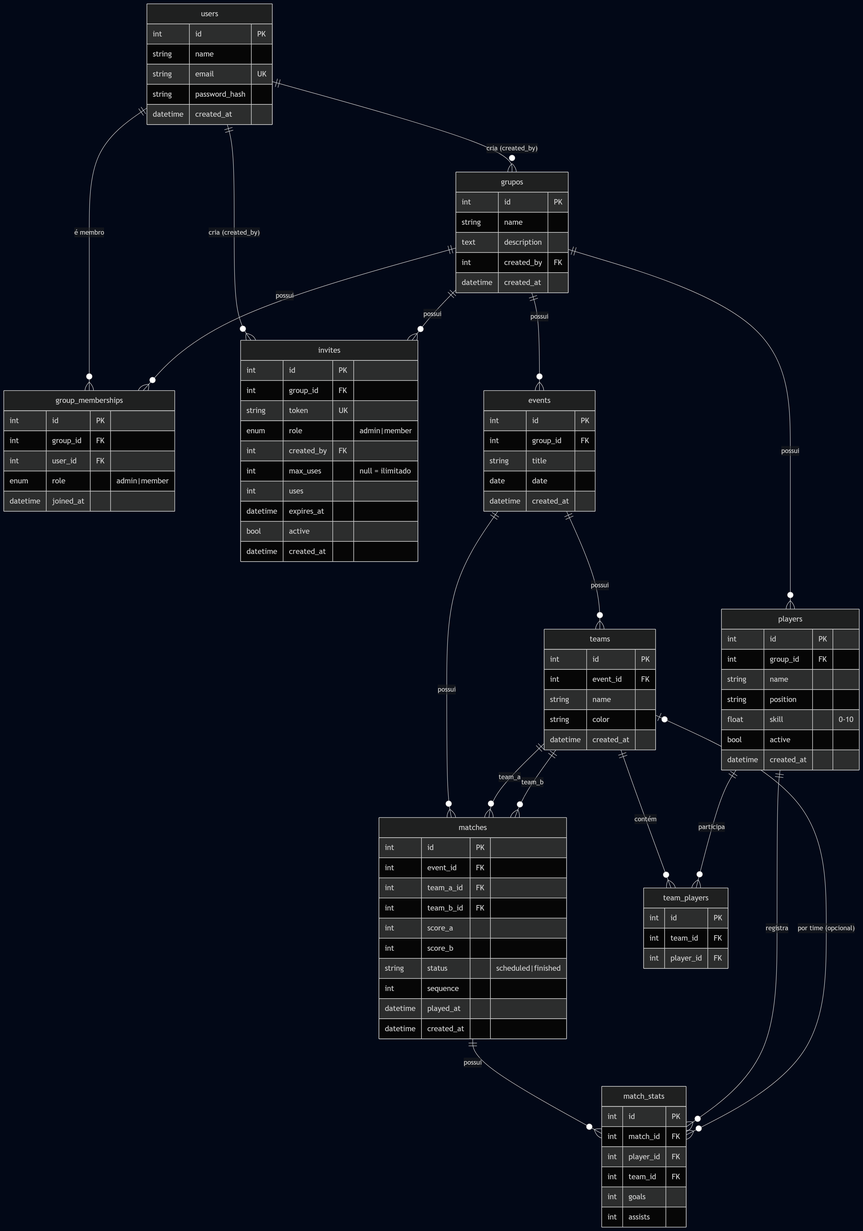
The Mermaid diagram docs/Diagrama Classes.png in LeudoNeto/joga10, before a commit. Its source is kept beside it as docs/Diagrama Classes.mermaid.
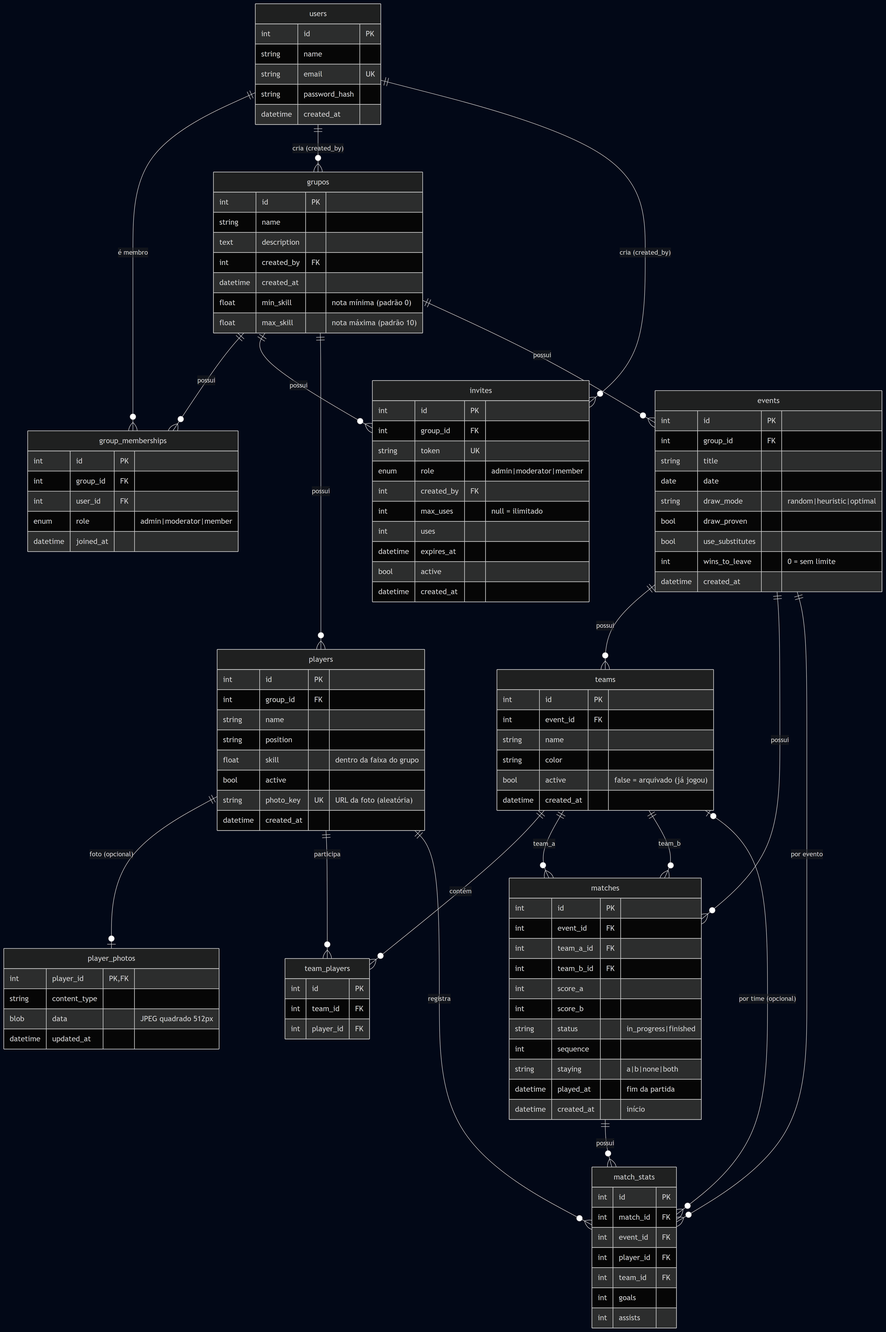
Above is the later version.

What changed in the source:
```diff
@@ -5,9 +5,11 @@
     users ||--o{ invites : "cria (created_by)"
     grupos ||--o{ invites : "possui"
     grupos ||--o{ players : "possui"
+    players ||--o| player_photos : "foto (opcional)"
     grupos ||--o{ events : "possui"
     events ||--o{ teams : "possui"
     events ||--o{ matches : "possui"
+    events ||--o{ match_stats : "por evento"
     teams ||--o{ team_players : "contém"
     players ||--o{ team_players : "participa"
     teams ||--o{ matches : "team_a"
@@ -30,13 +32,15 @@
         text description
         int created_by FK
         datetime created_at
+        float min_skill "nota mínima (padrão 0)"
+        float max_skill "nota máxima (padrão 10)"
     }
 
     group_memberships {
         int id PK
         int group_id FK
         int user_id FK
-        enum role "admin|member"
+        enum role "admin|moderator|member"
         datetime joined_at
     }
 
@@ -44,7 +48,7 @@
         int id PK
         int group_id FK
         string token UK
-        enum role "admin|member"
+        enum role "admin|moderator|member"
         int created_by FK
         int max_uses "null = ilimitado"
         int uses
@@ -58,9 +62,17 @@
         int group_id FK
         string name
         string position
-        float skill "0-10"
+        float skill "dentro da faixa do grupo"
         bool active
+        string photo_key UK "URL da foto (aleatória)"
         datetime created_at
+    }
+
+    player_photos {
+        int player_id PK, FK
+        string content_type
+        blob data "JPEG quadrado 512px"
+        datetime updated_at
     }
 
     events {
@@ -68,6 +80,10 @@
         int group_id FK
         string title
         date date
+        string draw_mode "random|heuristic|optimal"
+        bool draw_proven
+        bool use_substitutes
+        int wins_to_leave "0 = sem limite"
         datetime created_at
     }
 
@@ -76,6 +92,7 @@
         int event_id FK
         string name
         string color
+        bool active "false = arquivado (já jogou)"
         datetime created_at
     }
 
@@ -92,15 +109,17 @@
         int team_b_id FK
         int score_a
         int score_b
-        string status "scheduled|finished"
+        string status "in_progress|finished"
         int sequence
-        datetime played_at
-        datetime created_at
+        string staying "a|b|none|both"
+        datetime played_at "fim da partida"
+        datetime created_at "início"
     }
 
     match_stats {
         int id PK
         int match_id FK
+        int event_id FK
         int player_id FK
         int team_id FK
         int goals
```
